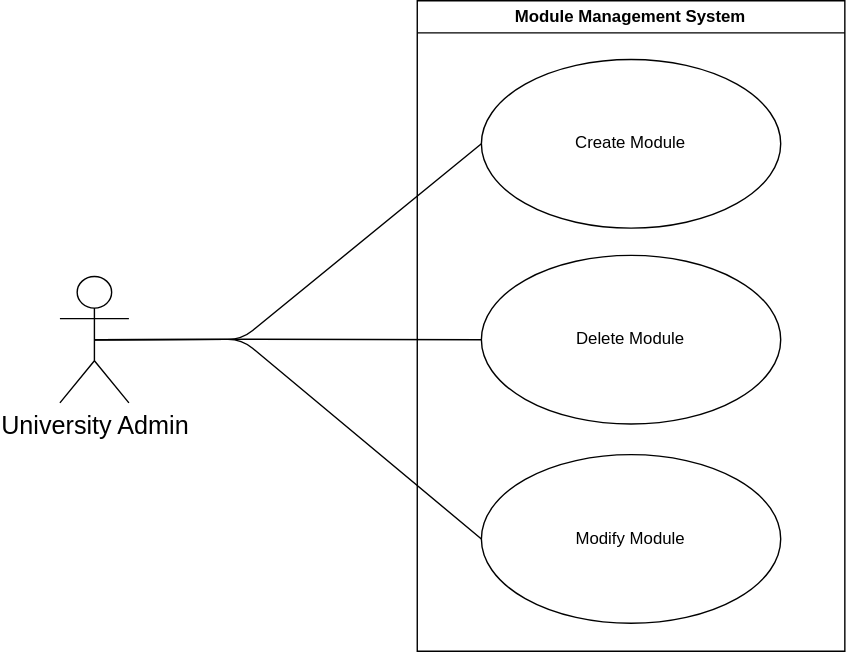
This is docs/diagrams/requirements/Module_Management.svg from COS301-SE-2026/UMTAS, a draw.io export, as it was before one commit. Source tidied: cells renumbered, new cells last; positions are measured from the earlier drawing's top-left corner, leaving out a move shared by most shapes. The source it was exported from:
```xml
<mxGraphModel>
  <root>
    <mxCell id="0" />
    <mxCell id="1" parent="0" />
    <mxCell id="2" style="group;" parent="1" vertex="1">
      <mxGeometry width="561" height="465" as="geometry" />
    </mxCell>
    <mxCell id="3" value="&lt;font style=&quot;font-size: 18px;&quot;&gt;University Admin&lt;/font&gt;" style="shape=umlActor;verticalLabelPosition=bottom;verticalAlign=top;html=1;outlineConnect=0;" parent="2" vertex="1">
      <mxGeometry y="197.1" width="49.3" height="90.3" as="geometry" />
    </mxCell>
    <mxCell id="4" value="Module Management System" style="swimlane;whiteSpace=wrap;html=1;" parent="2" vertex="1">
      <mxGeometry x="255.4" width="305.6" height="465" as="geometry" />
    </mxCell>
    <mxCell id="5" value="Create Module" style="ellipse;whiteSpace=wrap;html=1;" parent="4" vertex="1">
      <mxGeometry x="45.8" y="42" width="213.9" height="120.6" as="geometry" />
    </mxCell>
    <mxCell id="6" value="Delete Module" style="ellipse;whiteSpace=wrap;html=1;" parent="4" vertex="1">
      <mxGeometry x="45.8" y="182" width="213.9" height="120.6" as="geometry" />
    </mxCell>
    <mxCell id="7" value="Modify Module" style="ellipse;whiteSpace=wrap;html=1;" parent="4" vertex="1">
      <mxGeometry x="45.8" y="324.4" width="213.9" height="120.6" as="geometry" />
    </mxCell>
    <mxCell id="8" style="endArrow=none;html=1;entryX=0;entryY=0.5;entryDx=0;entryDy=0;exitX=0.5;exitY=0.5;exitDx=0;exitDy=0;exitPerimeter=0;" parent="2" edge="1" source="3" target="7">
      <mxGeometry relative="1" as="geometry">
        <Array as="points">
          <mxPoint x="130" y="242" />
        </Array>
      </mxGeometry>
    </mxCell>
    <mxCell id="9" style="endArrow=none;html=1;exitX=0.5;exitY=0.5;exitDx=0;exitDy=0;exitPerimeter=0;entryX=0;entryY=0.5;entryDx=0;entryDy=0;" parent="2" edge="1" source="3" target="5">
      <mxGeometry relative="1" as="geometry">
        <Array as="points">
          <mxPoint x="130" y="242" />
        </Array>
      </mxGeometry>
    </mxCell>
    <mxCell id="10" style="endArrow=none;html=1;exitX=0.5;exitY=0.5;exitDx=0;exitDy=0;exitPerimeter=0;entryX=0;entryY=0.5;entryDx=0;entryDy=0;" parent="2" edge="1" source="3" target="6">
      <mxGeometry relative="1" as="geometry">
        <Array as="points">
          <mxPoint x="130" y="242" />
        </Array>
      </mxGeometry>
    </mxCell>
  </root>
</mxGraphModel>
```
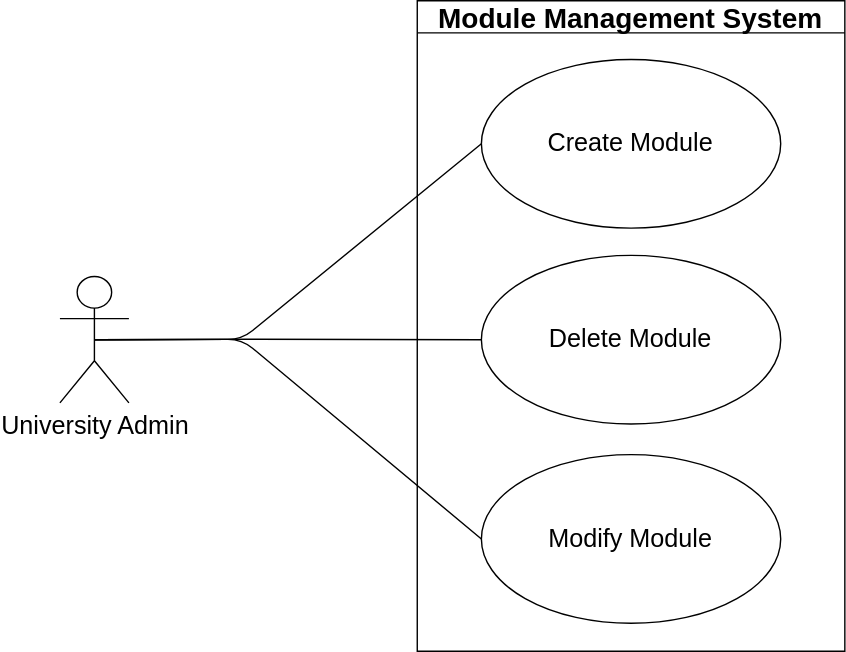
The same file after the commit.

Diff of the diagram source:
```diff
@@ -8,16 +8,16 @@
     <mxCell id="3" value="&lt;font style=&quot;font-size: 18px;&quot;&gt;University Admin&lt;/font&gt;" style="shape=umlActor;verticalLabelPosition=bottom;verticalAlign=top;html=1;outlineConnect=0;" parent="2" vertex="1">
       <mxGeometry y="197.1" width="49.3" height="90.3" as="geometry" />
     </mxCell>
-    <mxCell id="4" value="Module Management System" style="swimlane;whiteSpace=wrap;html=1;" parent="2" vertex="1">
+    <mxCell id="4" value="&lt;font style=&quot;font-size: 20px;&quot;&gt;Module Management System&lt;/font&gt;" style="swimlane;whiteSpace=wrap;html=1;" parent="2" vertex="1">
       <mxGeometry x="255.4" width="305.6" height="465" as="geometry" />
     </mxCell>
-    <mxCell id="5" value="Create Module" style="ellipse;whiteSpace=wrap;html=1;" parent="4" vertex="1">
+    <mxCell id="5" value="&lt;font style=&quot;font-size: 18px;&quot;&gt;Create Module&lt;/font&gt;" style="ellipse;whiteSpace=wrap;html=1;" parent="4" vertex="1">
       <mxGeometry x="45.8" y="42" width="213.9" height="120.6" as="geometry" />
     </mxCell>
-    <mxCell id="6" value="Delete Module" style="ellipse;whiteSpace=wrap;html=1;" parent="4" vertex="1">
+    <mxCell id="6" value="&lt;font style=&quot;font-size: 18px;&quot;&gt;Delete Module&lt;/font&gt;" style="ellipse;whiteSpace=wrap;html=1;" parent="4" vertex="1">
       <mxGeometry x="45.8" y="182" width="213.9" height="120.6" as="geometry" />
     </mxCell>
-    <mxCell id="7" value="Modify Module" style="ellipse;whiteSpace=wrap;html=1;" parent="4" vertex="1">
+    <mxCell id="7" value="&lt;font style=&quot;font-size: 18px;&quot;&gt;Modify Module&lt;/font&gt;" style="ellipse;whiteSpace=wrap;html=1;" parent="4" vertex="1">
       <mxGeometry x="45.8" y="324.4" width="213.9" height="120.6" as="geometry" />
     </mxCell>
     <mxCell id="8" style="endArrow=none;html=1;entryX=0;entryY=0.5;entryDx=0;entryDy=0;exitX=0.5;exitY=0.5;exitDx=0;exitDy=0;exitPerimeter=0;" parent="2" edge="1" source="3" target="7">
```
